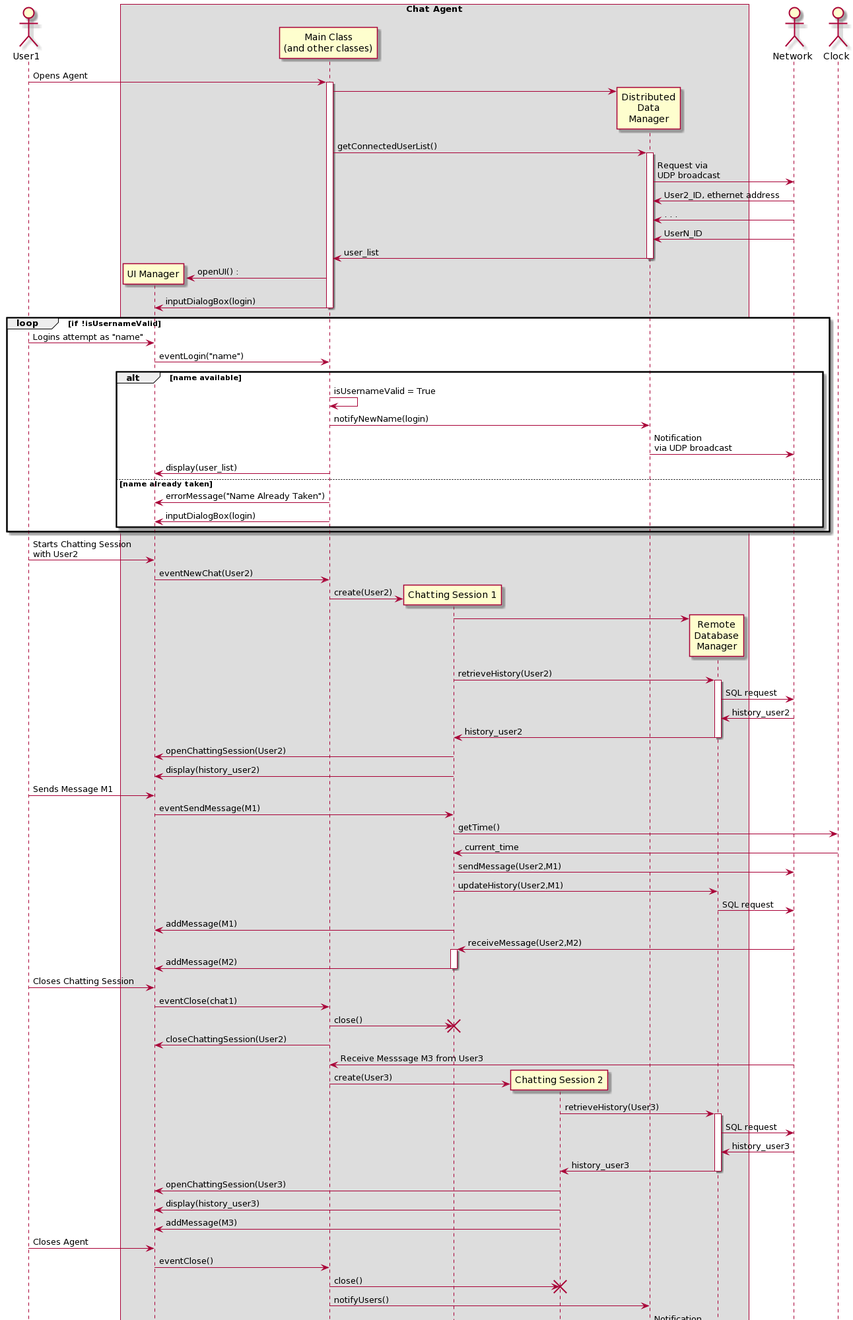
The PlantUML diagram UMLPlant/sequence_white_box.png in scanim-valentin/decentralized-chat-system, before a commit. Its diagram source:
```plantuml
@startuml
actor User1 as User
box "Chat Agent"
  participant  "UI Manager" as UI
  participant "Main Class\n(and other classes)" as chatAgent
  participant "Chatting Session 1" as chat1
  participant "Chatting Session 2" as chat2
  participant "Distributed\nData\nManager" as distributedManager
  participant "Remote\nDatabase\nManager" as databaseManager
end box

actor "Network" as Network
actor "Clock" as Clock

User -> chatAgent ++ : Opens Agent
  chatAgent -> distributedManager **
  chatAgent -> distributedManager ++ : getConnectedUserList()
    distributedManager -> Network : Request via\nUDP broadcast
    Network -> distributedManager : User2_ID, ethernet address
    Network -> distributedManager : . . .
    Network -> distributedManager : UserN_ID
  distributedManager -> chatAgent -- : user_list

  UI <- chatAgent ** : openUI() :
chatAgent -> UI -- : inputDialogBox(login)

loop if !isUsernameValid
User -> UI : Logins attempt as "name"
UI -> chatAgent : eventLogin("name")
alt name available
chatAgent -> chatAgent : isUsernameValid = True
chatAgent -> distributedManager : notifyNewName(login)
distributedManager -> Network : Notification\nvia UDP broadcast
UI <- chatAgent : display(user_list)
    else name already taken
UI <- chatAgent : errorMessage("Name Already Taken")
UI <- chatAgent -- : inputDialogBox(login)
    end
end

User -> UI : Starts Chatting Session\nwith User2
  UI -> chatAgent : eventNewChat(User2)
  chatAgent -> chat1 ** : create(User2)
  chat1 -> databaseManager **
  chat1 -> databaseManager ++ : retrieveHistory(User2)
    databaseManager -> Network : SQL request
    Network -> databaseManager : history_user2
  databaseManager -> chat1 -- : history_user2

  chat1 -> UI : openChattingSession(User2)
chat1 -> UI -- : display(history_user2)

User -> UI : Sends Message M1
  UI -> chat1 : eventSendMessage(M1)
  chat1 -> Clock : getTime()
  Clock -> chat1 : current_time

  chat1 -> Network : sendMessage(User2,M1)

  chat1 -> databaseManager : updateHistory(User2,M1)
    databaseManager -> Network : SQL request
chat1 -> UI -- : addMessage(M1)

Network -> chat1 ++ : receiveMessage(User2,M2)
chat1 -> UI -- : addMessage(M2)

User -> UI : Closes Chatting Session
UI -> chatAgent : eventClose(chat1)
chatAgent -> chat1 !! : close()
chatAgent -> UI : closeChattingSession(User2)

Network -> chatAgent : Receive Messsage M3 from User3
  chatAgent -> chat2 ** : create(User3)
  chat2 -> databaseManager ++ : retrieveHistory(User3)
    databaseManager -> Network : SQL request
    Network -> databaseManager : history_user3
  databaseManager -> chat2 -- : history_user3
  chat2 -> UI : openChattingSession(User3)
  chat2 -> UI : display(history_user3)
chat2 -> UI -- : addMessage(M3)

User -> UI : Closes Agent
UI -> chatAgent : eventClose()
chatAgent -> chat2 !! : close()
chatAgent -> distributedManager : notifyUsers()
distributedManager -> Network : Notification\nvia UDP broadcast
chatAgent -> distributedManager !! : close()
chatAgent -> databaseManager !! : close()
chatAgent -> UI !! : close()
chatAgent -> chatAgent !! : close()
@enduml
```
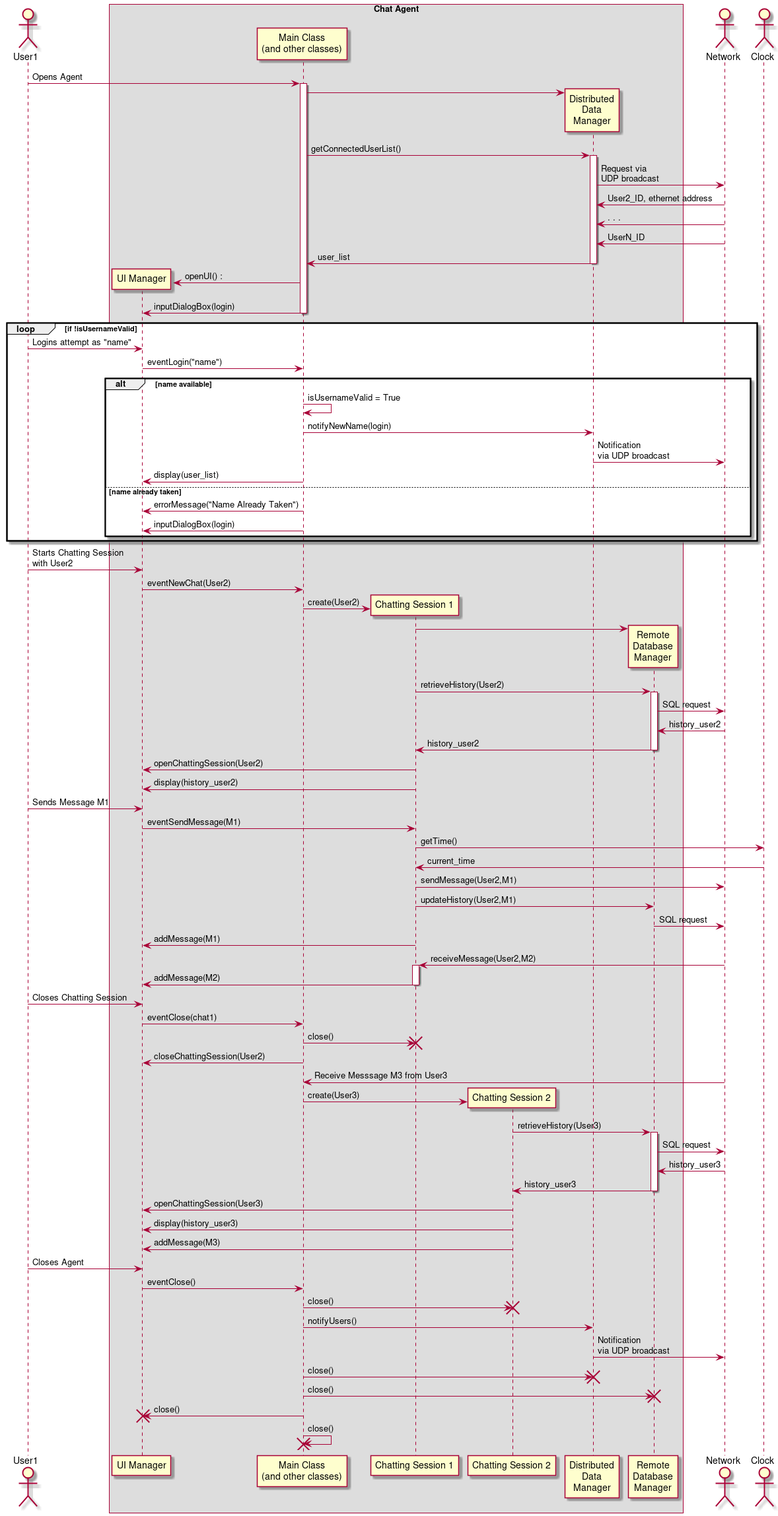
Later version of the same file.

Diff of the diagram source:
```diff
@@ -1,4 +1,4 @@
-@startuml
+@startuml ChatAgentWhiteBoxSequence
 actor User1 as User
 box "Chat Agent"
   participant  "UI Manager" as UI
```
